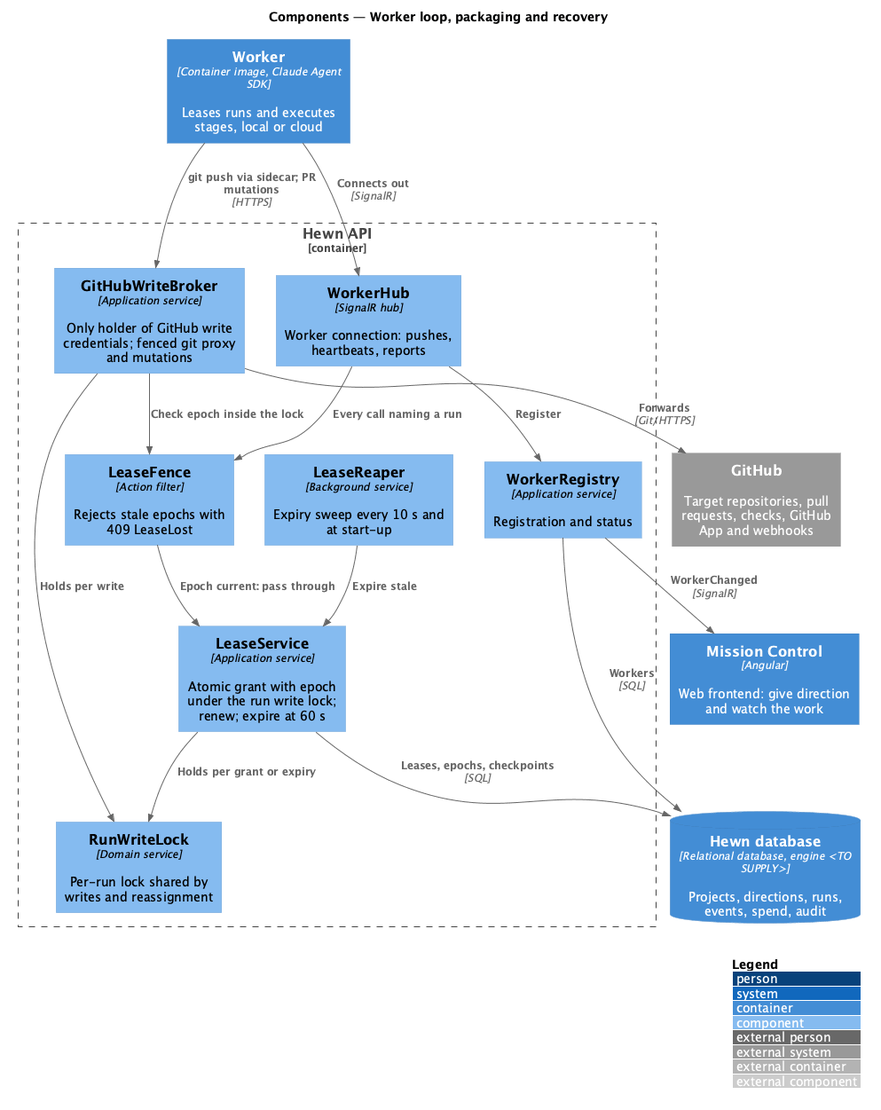
Earlier version of the PlantUML export docs/detailed-designs/agent-runtime/worker-loop/diagrams/c4-component.png (QuinntyneBrown/hewn).
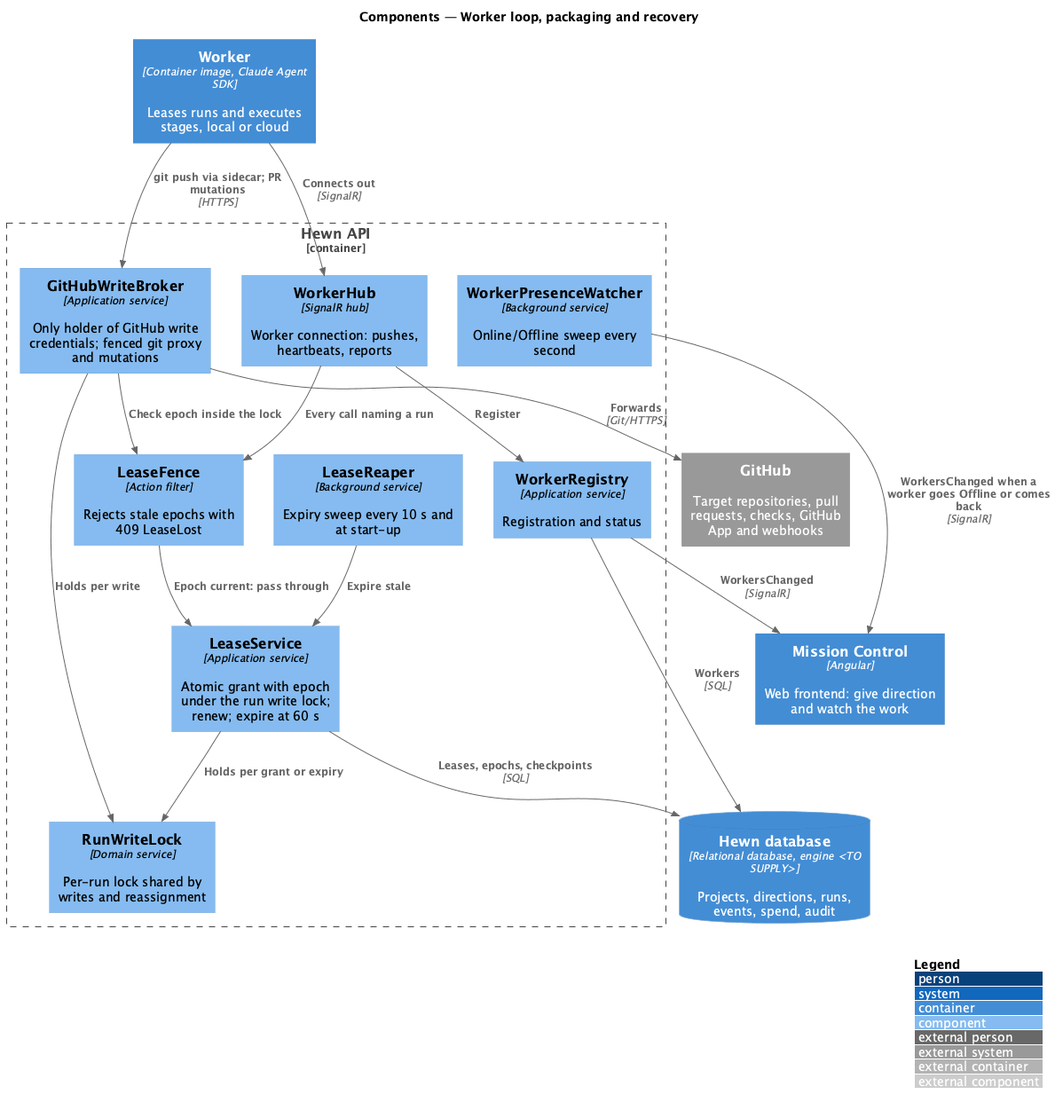
Above is the later version.

The edit, as a diff of the source:
```diff
@@ -13,6 +13,7 @@
   Component(lock, "RunWriteLock", "Domain service", "Per-run lock shared by writes and reassignment")
   Component(broker, "GitHubWriteBroker", "Application service", "Only holder of GitHub write credentials; fenced git proxy and mutations")
   Component(reaper, "LeaseReaper", "Background service", "Expiry sweep every 10 s and at start-up")
+  Component(presence, "WorkerPresenceWatcher", "Background service", "Online/Offline sweep every second")
   Component(hub, "WorkerHub", "SignalR hub", "Worker connection: pushes, heartbeats, reports")
 }
 System_Ext(github, "GitHub", "Target repositories, pull requests, checks, GitHub App and webhooks")
@@ -29,5 +30,6 @@
 Rel(reaper, lease, "Expire stale")
 Rel(lease, db, "Leases, epochs, checkpoints", "SQL")
 Rel(reg, db, "Workers", "SQL")
-Rel(reg, spa, "WorkerChanged", "SignalR")
+Rel(reg, spa, "WorkersChanged", "SignalR")
+Rel(presence, spa, "WorkersChanged when a worker goes Offline or comes back", "SignalR")
 @enduml
```
